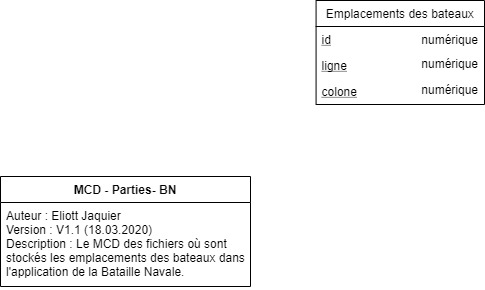
Above: documentation/MCD/MCD - Parties.png in Neliott/BatailleNavale (draw.io), before the change. Source tidied: cells renumbered, new cells last; positions are measured from the earlier drawing's top-left corner, leaving out a move shared by most shapes.
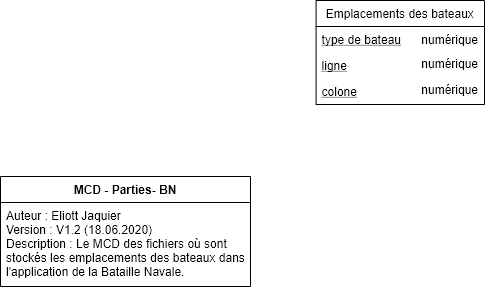
Later version of the same file.

Diff of the diagram source:
```diff
@@ -8,7 +8,7 @@
     <mxCell id="3" value="MCD - Parties- BN" style="swimlane;fontStyle=1;horizontal=1;startSize=26;fillColor=none;align=center;" parent="2" vertex="1">
       <mxGeometry width="250" height="110" as="geometry" />
     </mxCell>
-    <mxCell id="4" value="Auteur : Eliott Jaquier&#10;Version : V1.1 (18.03.2020)&#10;Description : Le MCD des fichiers où sont&#10;stockés les emplacements des bateaux dans &#10;l'application de la Bataille Navale." style="text;strokeColor=none;fillColor=none;align=left;verticalAlign=top;spacingLeft=4;spacingRight=4;overflow=hidden;" parent="2" vertex="1">
+    <mxCell id="4" value="Auteur : Eliott Jaquier&#10;Version : V1.2 (18.06.2020)&#10;Description : Le MCD des fichiers où sont&#10;stockés les emplacements des bateaux dans &#10;l'application de la Bataille Navale." style="text;strokeColor=none;fillColor=none;align=left;verticalAlign=top;spacingLeft=4;spacingRight=4;overflow=hidden;" parent="2" vertex="1">
       <mxGeometry y="26" width="250" height="84" as="geometry" />
     </mxCell>
     <mxCell id="5" style="group;" parent="1" vertex="1">
@@ -35,7 +35,7 @@
     <mxCell id="12" value="Emplacements des bateaux" style="swimlane;fontStyle=0;horizontal=1;startSize=26;fillColor=none;" parent="10" vertex="1">
       <mxGeometry x="-8.4" width="168.4" height="104" as="geometry" />
     </mxCell>
-    <mxCell id="13" value="id" style="text;strokeColor=none;fillColor=none;align=left;verticalAlign=top;spacingLeft=4;spacingRight=4;overflow=hidden;fontStyle=4;" parent="12" vertex="1">
+    <mxCell id="13" value="type de bateau" style="text;strokeColor=none;fillColor=none;align=left;verticalAlign=top;spacingLeft=4;spacingRight=4;overflow=hidden;fontStyle=4;" parent="12" vertex="1">
       <mxGeometry y="26" width="168.4" height="26" as="geometry" />
     </mxCell>
     <mxCell id="14" value="ligne" style="text;strokeColor=none;fillColor=none;align=left;verticalAlign=top;spacingLeft=4;spacingRight=4;overflow=hidden;fontStyle=4;" parent="12" vertex="1">
```
